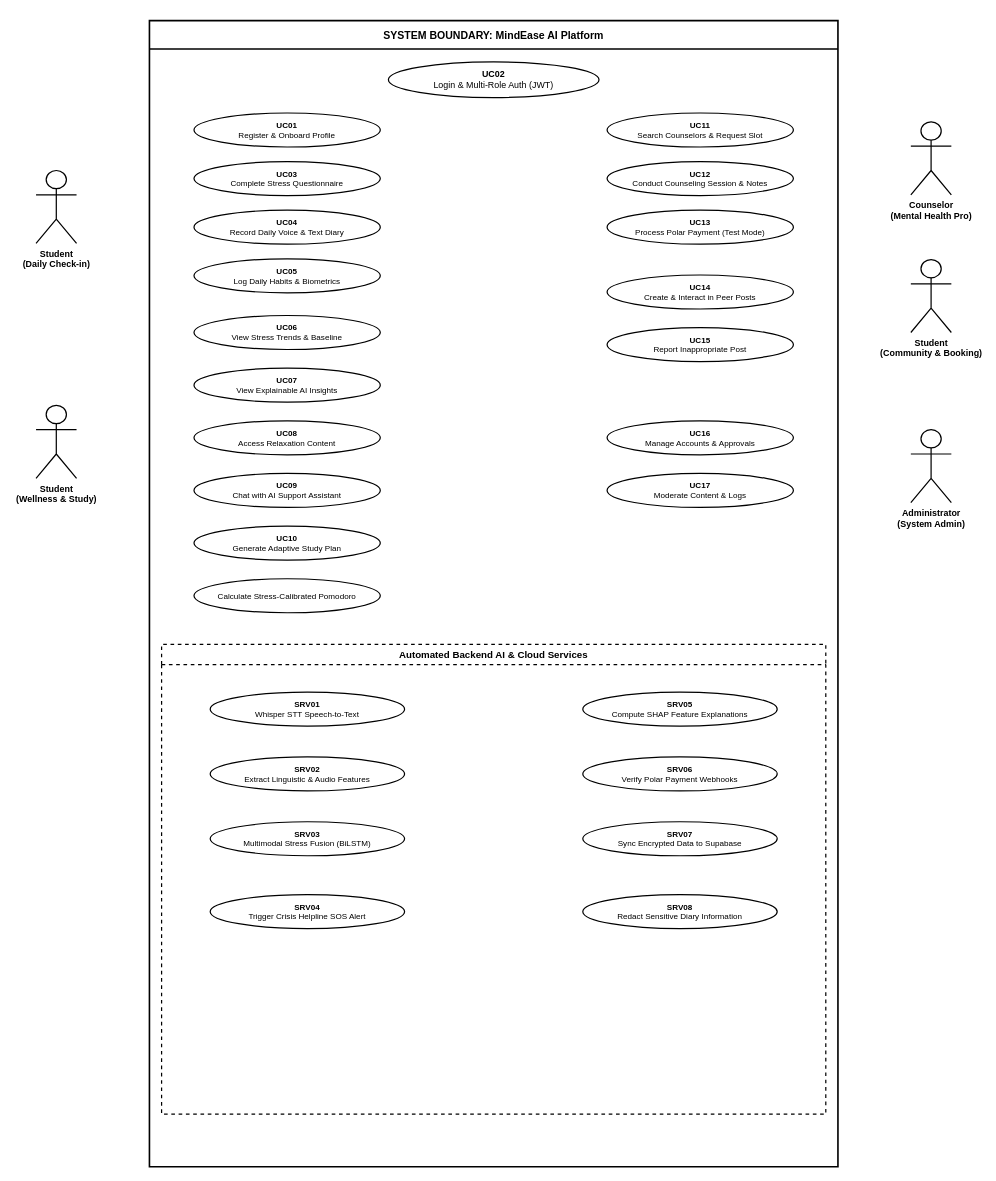
Before: Documentation/Diagrams/Editable/02_Use_Case_Diagram.drawio in itzrajpoot255/MindEase-AI-Stress-Detection-FYP, a draw.io diagram. Source tidied: cells renumbered, new cells numbered last; positions are measured from the earlier drawing's top-left corner, leaving out a move shared by most shapes. Both pictures are drawn from the tidied source at 81%, with x=0, y=0 at pixel (36, 20).
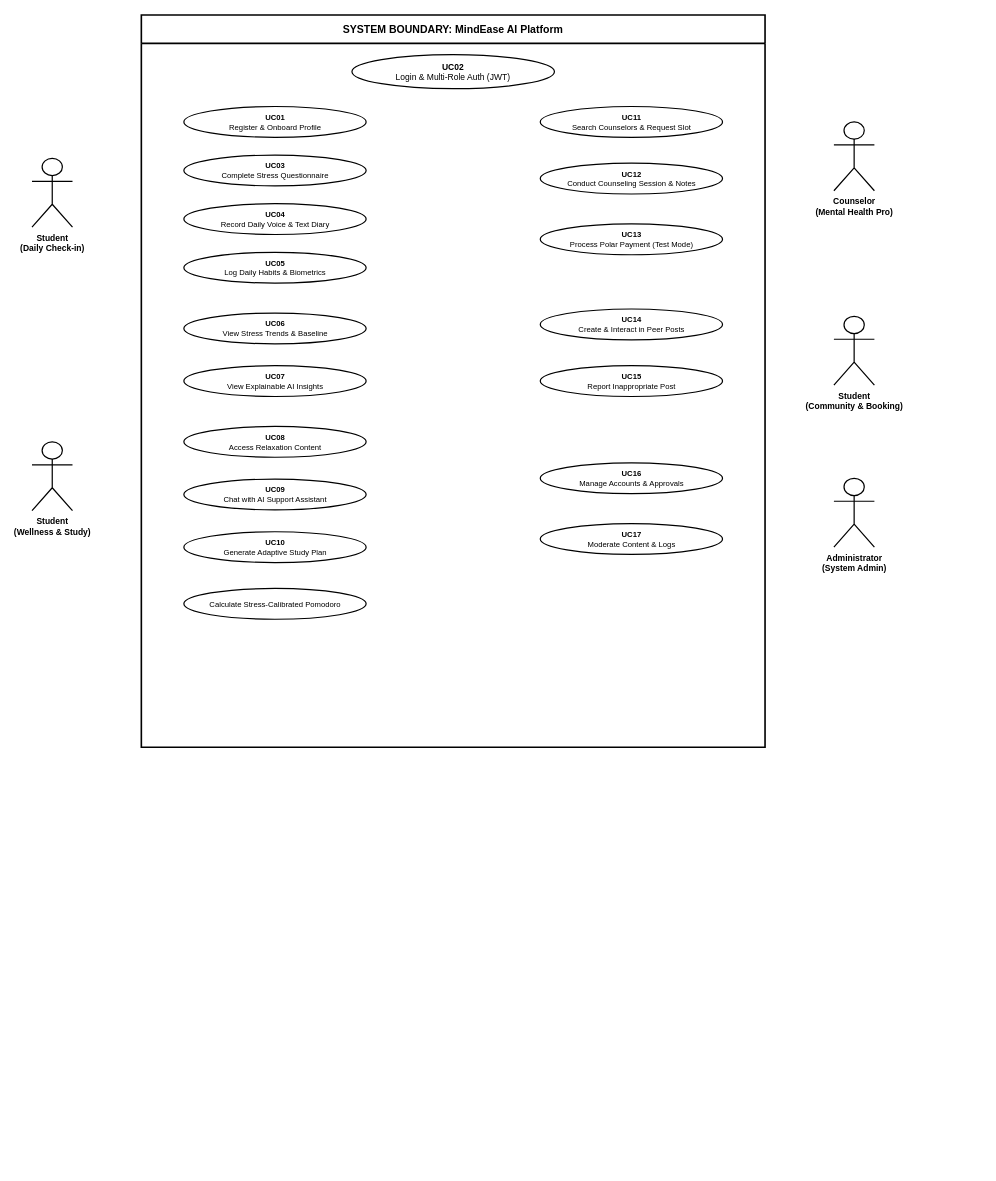
The same page after the edit.

What changed in the source:
```diff
@@
     <mxCell id="2" value="SYSTEM BOUNDARY: MindEase AI Platform" style="swimlane;whiteSpace=wrap;html=1;startSize=35;fillColor=#ffffff;strokeColor=#000000;strokeWidth=2;fontFamily=Arial;fontSize=13;fontStyle=1;align=center;" parent="1" vertex="1">
-      <mxGeometry x="140" width="850" height="1415" as="geometry" />
+      <mxGeometry x="130" y="-7" width="770" height="904" as="geometry" />
     </mxCell>
-    <mxCell id="3" value="&lt;b&gt;UC02&lt;/b&gt;&lt;br&gt;Login &amp;amp; Multi-Role Auth (JWT)" style="ellipse;whiteSpace=wrap;html=1;fillColor=#ffffff;strokeColor=#000000;strokeWidth=1.5;fontFamily=Arial;fontSize=11;" parent="1" vertex="1">
-      <mxGeometry x="435" y="51" width="260" height="44" as="geometry" />
+    <mxCell id="3" value="&lt;b&gt;UC02&lt;/b&gt;&lt;br&gt;Login &amp;amp; Multi-Role Auth (JWT)" style="ellipse;whiteSpace=wrap;html=1;fillColor=#ffffff;strokeColor=#000000;strokeWidth=1.5;fontFamily=Arial;fontSize=10.5;" parent="1" vertex="1">
+      <mxGeometry x="390" y="42" width="250" height="42" as="geometry" />
     </mxCell>
-    <mxCell id="4" value="&lt;b&gt;UC01&lt;/b&gt;&lt;br&gt;Register &amp; Onboard Profile" style="ellipse;whiteSpace=wrap;html=1;fillColor=#ffffff;strokeColor=#000000;strokeWidth=1.5;fontFamily=Arial;fontSize=10;" parent="1" vertex="1">
-      <mxGeometry x="195" y="114" width="230" height="42" as="geometry" />
+    <mxCell id="4" value="&lt;b&gt;UC01&lt;/b&gt;&lt;br&gt;Register &amp; Onboard Profile" style="ellipse;whiteSpace=wrap;html=1;fillColor=#ffffff;strokeColor=#000000;strokeWidth=1.5;fontFamily=Arial;fontSize=9.5;" parent="1" vertex="1">
+      <mxGeometry x="182.5" y="106" width="225" height="38" as="geometry" />
     </mxCell>
-    <mxCell id="5" value="&lt;b&gt;UC03&lt;/b&gt;&lt;br&gt;Complete Stress Questionnaire" style="ellipse;whiteSpace=wrap;html=1;fillColor=#ffffff;strokeColor=#000000;strokeWidth=1.5;fontFamily=Arial;fontSize=10;" parent="1" vertex="1">
-      <mxGeometry x="195" y="174" width="230" height="42" as="geometry" />
+    <mxCell id="5" value="&lt;b&gt;UC03&lt;/b&gt;&lt;br&gt;Complete Stress Questionnaire" style="ellipse;whiteSpace=wrap;html=1;fillColor=#ffffff;strokeColor=#000000;strokeWidth=1.5;fontFamily=Arial;fontSize=9.5;" parent="1" vertex="1">
+      <mxGeometry x="182.5" y="166" width="225" height="38" as="geometry" />
     </mxCell>
-    <mxCell id="6" value="&lt;b&gt;UC04&lt;/b&gt;&lt;br&gt;Record Daily Voice &amp;amp; Text Diary" style="ellipse;whiteSpace=wrap;html=1;fillColor=#ffffff;strokeColor=#000000;strokeWidth=1.5;fontFamily=Arial;fontSize=10;" parent="1" vertex="1">
-      <mxGeometry x="195" y="234" width="230" height="42" as="geometry" />
+    <mxCell id="6" value="&lt;b&gt;UC04&lt;/b&gt;&lt;br&gt;Record Daily Voice &amp;amp; Text Diary" style="ellipse;whiteSpace=wrap;html=1;fillColor=#ffffff;strokeColor=#000000;strokeWidth=1.5;fontFamily=Arial;fontSize=9.5;" parent="1" vertex="1">
+      <mxGeometry x="182.5" y="226" width="225" height="38" as="geometry" />
     </mxCell>
-    <mxCell id="7" value="&lt;b&gt;UC05&lt;/b&gt;&lt;br&gt;Log Daily Habits &amp;amp; Biometrics" style="ellipse;whiteSpace=wrap;html=1;fillColor=#ffffff;strokeColor=#000000;strokeWidth=1.5;fontFamily=Arial;fontSize=10;" parent="1" vertex="1">
-      <mxGeometry x="195" y="294" width="230" height="42" as="geometry" />
+    <mxCell id="7" value="&lt;b&gt;UC05&lt;/b&gt;&lt;br&gt;Log Daily Habits &amp;amp; Biometrics" style="ellipse;whiteSpace=wrap;html=1;fillColor=#ffffff;strokeColor=#000000;strokeWidth=1.5;fontFamily=Arial;fontSize=9.5;" parent="1" vertex="1">
+      <mxGeometry x="182.5" y="286" width="225" height="38" as="geometry" />
     </mxCell>
-    <mxCell id="8" value="&lt;b&gt;UC06&lt;/b&gt;&lt;br&gt;View Stress Trends &amp;amp; Baseline" style="ellipse;whiteSpace=wrap;html=1;fillColor=#ffffff;strokeColor=#000000;strokeWidth=1.5;fontFamily=Arial;fontSize=10;" parent="1" vertex="1">
-      <mxGeometry x="195" y="364" width="230" height="42" as="geometry" />
+    <mxCell id="8" value="&lt;b&gt;UC06&lt;/b&gt;&lt;br&gt;View Stress Trends &amp;amp; Baseline" style="ellipse;whiteSpace=wrap;html=1;fillColor=#ffffff;strokeColor=#000000;strokeWidth=1.5;fontFamily=Arial;fontSize=9.5;" parent="1" vertex="1">
+      <mxGeometry x="182.5" y="361" width="225" height="38" as="geometry" />
     </mxCell>
-    <mxCell id="9" value="&lt;b&gt;UC07&lt;/b&gt;&lt;br&gt;View Explainable AI Insights" style="ellipse;whiteSpace=wrap;html=1;fillColor=#ffffff;strokeColor=#000000;strokeWidth=1.5;fontFamily=Arial;fontSize=10;" parent="1" vertex="1">
-      <mxGeometry x="195" y="429" width="230" height="42" as="geometry" />
+    <mxCell id="9" value="&lt;b&gt;UC07&lt;/b&gt;&lt;br&gt;View Explainable AI Insights" style="ellipse;whiteSpace=wrap;html=1;fillColor=#ffffff;strokeColor=#000000;strokeWidth=1.5;fontFamily=Arial;fontSize=9.5;" parent="1" vertex="1">
+      <mxGeometry x="182.5" y="426" width="225" height="38" as="geometry" />
     </mxCell>
-    <mxCell id="10" value="&lt;b&gt;UC08&lt;/b&gt;&lt;br&gt;Access Relaxation Content" style="ellipse;whiteSpace=wrap;html=1;fillColor=#ffffff;strokeColor=#000000;strokeWidth=1.5;fontFamily=Arial;fontSize=10;" parent="1" vertex="1">
-      <mxGeometry x="195" y="494" width="230" height="42" as="geometry" />
+    <mxCell id="10" value="&lt;b&gt;UC08&lt;/b&gt;&lt;br&gt;Access Relaxation Content" style="ellipse;whiteSpace=wrap;html=1;fillColor=#ffffff;strokeColor=#000000;strokeWidth=1.5;fontFamily=Arial;fontSize=9.5;" parent="1" vertex="1">
+      <mxGeometry x="182.5" y="501" width="225" height="38" as="geometry" />
     </mxCell>
-    <mxCell id="11" value="&lt;b&gt;UC09&lt;/b&gt;&lt;br&gt;Chat with AI Support Assistant" style="ellipse;whiteSpace=wrap;html=1;fillColor=#ffffff;strokeColor=#000000;strokeWidth=1.5;fontFamily=Arial;fontSize=10;" parent="1" vertex="1">
-      <mxGeometry x="195" y="559" width="230" height="42" as="geometry" />
+    <mxCell id="11" value="&lt;b&gt;UC09&lt;/b&gt;&lt;br&gt;Chat with AI Support Assistant" style="ellipse;whiteSpace=wrap;html=1;fillColor=#ffffff;strokeColor=#000000;strokeWidth=1.5;fontFamily=Arial;fontSize=9.5;" parent="1" vertex="1">
+      <mxGeometry x="182.5" y="566" width="225" height="38" as="geometry" />
     </mxCell>
-    <mxCell id="12" value="&lt;b&gt;UC10&lt;/b&gt;&lt;br&gt;Generate Adaptive Study Plan" style="ellipse;whiteSpace=wrap;html=1;fillColor=#ffffff;strokeColor=#000000;strokeWidth=1.5;fontFamily=Arial;fontSize=10;" parent="1" vertex="1">
-      <mxGeometry x="195" y="624" width="230" height="42" as="geometry" />
+    <mxCell id="12" value="&lt;b&gt;UC10&lt;/b&gt;&lt;br&gt;Generate Adaptive Study Plan" style="ellipse;whiteSpace=wrap;html=1;fillColor=#ffffff;strokeColor=#000000;strokeWidth=1.5;fontFamily=Arial;fontSize=9.5;" parent="1" vertex="1">
+      <mxGeometry x="182.5" y="631" width="225" height="38" as="geometry" />
     </mxCell>
-    <mxCell id="13" value="Calculate Stress-Calibrated Pomodoro" style="ellipse;whiteSpace=wrap;html=1;fillColor=#ffffff;strokeColor=#000000;strokeWidth=1.5;fontFamily=Arial;fontSize=10;" parent="1" vertex="1">
-      <mxGeometry x="195" y="689" width="230" height="42" as="geometry" />
+    <mxCell id="13" value="Calculate Stress-Calibrated Pomodoro" style="ellipse;whiteSpace=wrap;html=1;fillColor=#ffffff;strokeColor=#000000;strokeWidth=1.5;fontFamily=Arial;fontSize=9.5;" parent="1" vertex="1">
+      <mxGeometry x="182.5" y="701" width="225" height="38" as="geometry" />
     </mxCell>
-    <mxCell id="14" value="&lt;b&gt;UC11&lt;/b&gt;&lt;br&gt;Search Counselors &amp;amp; Request Slot" style="ellipse;whiteSpace=wrap;html=1;fillColor=#ffffff;strokeColor=#000000;strokeWidth=1.5;fontFamily=Arial;fontSize=10;" parent="1" vertex="1">
-      <mxGeometry x="705" y="114" width="230" height="42" as="geometry" />
+    <mxCell id="14" value="&lt;b&gt;UC11&lt;/b&gt;&lt;br&gt;Search Counselors &amp;amp; Request Slot" style="ellipse;whiteSpace=wrap;html=1;fillColor=#ffffff;strokeColor=#000000;strokeWidth=1.5;fontFamily=Arial;fontSize=9.5;" parent="1" vertex="1">
+      <mxGeometry x="622.5" y="106" width="225" height="38" as="geometry" />
     </mxCell>
-    <mxCell id="15" value="&lt;b&gt;UC12&lt;/b&gt;&lt;br&gt;Conduct Counseling Session &amp;amp; Notes" style="ellipse;whiteSpace=wrap;html=1;fillColor=#ffffff;strokeColor=#000000;strokeWidth=1.5;fontFamily=Arial;fontSize=10;" parent="1" vertex="1">
-      <mxGeometry x="705" y="174" width="230" height="42" as="geometry" />
+    <mxCell id="15" value="&lt;b&gt;UC12&lt;/b&gt;&lt;br&gt;Conduct Counseling Session &amp;amp; Notes" style="ellipse;whiteSpace=wrap;html=1;fillColor=#ffffff;strokeColor=#000000;strokeWidth=1.5;fontFamily=Arial;fontSize=9.5;" parent="1" vertex="1">
+      <mxGeometry x="622.5" y="176" width="225" height="38" as="geometry" />
     </mxCell>
-    <mxCell id="16" value="&lt;b&gt;UC13&lt;/b&gt;&lt;br&gt;Process Polar Payment (Test Mode)" style="ellipse;whiteSpace=wrap;html=1;fillColor=#ffffff;strokeColor=#000000;strokeWidth=1.5;fontFamily=Arial;fontSize=10;" parent="1" vertex="1">
-      <mxGeometry x="705" y="234" width="230" height="42" as="geometry" />
+    <mxCell id="16" value="&lt;b&gt;UC13&lt;/b&gt;&lt;br&gt;Process Polar Payment (Test Mode)" style="ellipse;whiteSpace=wrap;html=1;fillColor=#ffffff;strokeColor=#000000;strokeWidth=1.5;fontFamily=Arial;fontSize=9.5;" parent="1" vertex="1">
+      <mxGeometry x="622.5" y="251" width="225" height="38" as="geometry" />
     </mxCell>
-    <mxCell id="17" value="&lt;b&gt;UC14&lt;/b&gt;&lt;br&gt;Create &amp;amp; Interact in Peer Posts" style="ellipse;whiteSpace=wrap;html=1;fillColor=#ffffff;strokeColor=#000000;strokeWidth=1.5;fontFamily=Arial;fontSize=10;" parent="1" vertex="1">
-      <mxGeometry x="705" y="314" width="230" height="42" as="geometry" />
+    <mxCell id="17" value="&lt;b&gt;UC14&lt;/b&gt;&lt;br&gt;Create &amp;amp; Interact in Peer Posts" style="ellipse;whiteSpace=wrap;html=1;fillColor=#ffffff;strokeColor=#000000;strokeWidth=1.5;fontFamily=Arial;fontSize=9.5;" parent="1" vertex="1">
+      <mxGeometry x="622.5" y="356" width="225" height="38" as="geometry" />
     </mxCell>
-    <mxCell id="18" value="&lt;b&gt;UC15&lt;/b&gt;&lt;br&gt;Report Inappropriate Post" style="ellipse;whiteSpace=wrap;html=1;fillColor=#ffffff;strokeColor=#000000;strokeWidth=1.5;fontFamily=Arial;fontSize=10;" parent="1" vertex="1">
-      <mxGeometry x="705" y="379" width="230" height="42" as="geometry" />
+    <mxCell id="18" value="&lt;b&gt;UC15&lt;/b&gt;&lt;br&gt;Report Inappropriate Post" style="ellipse;whiteSpace=wrap;html=1;fillColor=#ffffff;strokeColor=#000000;strokeWidth=1.5;fontFamily=Arial;fontSize=9.5;" parent="1" vertex="1">
+      <mxGeometry x="622.5" y="426" width="225" height="38" as="geometry" />
     </mxCell>
-    <mxCell id="19" value="&lt;b&gt;UC16&lt;/b&gt;&lt;br&gt;Manage Accounts &amp;amp; Approvals" style="ellipse;whiteSpace=wrap;html=1;fillColor=#ffffff;strokeColor=#000000;strokeWidth=1.5;fontFamily=Arial;fontSize=10;" parent="1" vertex="1">
-      <mxGeometry x="705" y="494" width="230" height="42" as="geometry" />
+    <mxCell id="19" value="&lt;b&gt;UC16&lt;/b&gt;&lt;br&gt;Manage Accounts &amp;amp; Approvals" style="ellipse;whiteSpace=wrap;html=1;fillColor=#ffffff;strokeColor=#000000;strokeWidth=1.5;fontFamily=Arial;fontSize=9.5;" parent="1" vertex="1">
+      <mxGeometry x="622.5" y="546" width="225" height="38" as="geometry" />
     </mxCell>
-    <mxCell id="20" value="&lt;b&gt;UC17&lt;/b&gt;&lt;br&gt;Moderate Content &amp;amp; Logs" style="ellipse;whiteSpace=wrap;html=1;fillColor=#ffffff;strokeColor=#000000;strokeWidth=1.5;fontFamily=Arial;fontSize=10;" parent="1" vertex="1">
-      <mxGeometry x="705" y="559" width="230" height="42" as="geometry" />
+    <mxCell id="20" value="&lt;b&gt;UC17&lt;/b&gt;&lt;br&gt;Moderate Content &amp;amp; Logs" style="ellipse;whiteSpace=wrap;html=1;fillColor=#ffffff;strokeColor=#000000;strokeWidth=1.5;fontFamily=Arial;fontSize=9.5;" parent="1" vertex="1">
+      <mxGeometry x="622.5" y="621" width="225" height="38" as="geometry" />
     </mxCell>
-    <mxCell id="21" value="Automated Backend AI &amp; Cloud Services" style="swimlane;whiteSpace=wrap;html=1;startSize=25;fillColor=none;strokeColor=#000000;strokeWidth=1.5;dashed=1;fontFamily=Arial;fontSize=12;fontStyle=1;align=center;" parent="1" vertex="1">
-      <mxGeometry x="155" y="770" width="820" height="580" as="geometry" />
+    <mxCell id="21" value="Student&lt;br&gt;(Daily Check-in)" style="shape=umlActor;verticalLabelPosition=bottom;verticalAlign=top;html=1;fillColor=#ffffff;strokeColor=#000000;strokeWidth=1.5;fontFamily=Arial;fontSize=10.5;fontStyle=1;" parent="1" vertex="1">
+      <mxGeometry x="-5" y="170" width="50" height="85" as="geometry" />
     </mxCell>
-    <mxCell id="22" value="&lt;b&gt;SRV01&lt;/b&gt;&lt;br&gt;Whisper STT Speech-to-Text" style="ellipse;whiteSpace=wrap;html=1;fillColor=#ffffff;strokeColor=#000000;strokeWidth=1.5;fontFamily=Arial;fontSize=10;" parent="1" vertex="1">
-      <mxGeometry x="215" y="829" width="240" height="42" as="geometry" />
+    <mxCell id="22" value="Student&lt;br&gt;(Wellness &amp;amp; Study)" style="shape=umlActor;verticalLabelPosition=bottom;verticalAlign=top;html=1;fillColor=#ffffff;strokeColor=#000000;strokeWidth=1.5;fontFamily=Arial;fontSize=10.5;fontStyle=1;" parent="1" vertex="1">
+      <mxGeometry x="-5" y="520" width="50" height="85" as="geometry" />
     </mxCell>
-    <mxCell id="23" value="&lt;b&gt;SRV02&lt;/b&gt;&lt;br&gt;Extract Linguistic &amp;amp; Audio Features" style="ellipse;whiteSpace=wrap;html=1;fillColor=#ffffff;strokeColor=#000000;strokeWidth=1.5;fontFamily=Arial;fontSize=10;" parent="1" vertex="1">
-      <mxGeometry x="215" y="909" width="240" height="42" as="geometry" />
+    <mxCell id="23" value="Counselor&lt;br&gt;(Mental Health Pro)" style="shape=umlActor;verticalLabelPosition=bottom;verticalAlign=top;html=1;fillColor=#ffffff;strokeColor=#000000;strokeWidth=1.5;fontFamily=Arial;fontSize=10.5;fontStyle=1;" parent="1" vertex="1">
+      <mxGeometry x="985" y="125" width="50" height="85" as="geometry" />
     </mxCell>
-    <mxCell id="24" value="&lt;b&gt;SRV03&lt;/b&gt;&lt;br&gt;Multimodal Stress Fusion (BiLSTM)" style="ellipse;whiteSpace=wrap;html=1;fillColor=#ffffff;strokeColor=#000000;strokeWidth=1.5;fontFamily=Arial;fontSize=10;" parent="1" vertex="1">
-      <mxGeometry x="215" y="989" width="240" height="42" as="geometry" />
+    <mxCell id="24" value="Student&lt;br&gt;(Community &amp;amp; Booking)" style="shape=umlActor;verticalLabelPosition=bottom;verticalAlign=top;html=1;fillColor=#ffffff;strokeColor=#000000;strokeWidth=1.5;fontFamily=Arial;fontSize=10.5;fontStyle=1;" parent="1" vertex="1">
+      <mxGeometry x="985" y="365" width="50" height="85" as="geometry" />
     </mxCell>
-    <mxCell id="25" value="&lt;b&gt;SRV04&lt;/b&gt;&lt;br&gt;Trigger Crisis Helpline SOS Alert" style="ellipse;whiteSpace=wrap;html=1;fillColor=#ffffff;strokeColor=#000000;strokeWidth=1.5;fontFamily=Arial;fontSize=10;" parent="1" vertex="1">
-      <mxGeometry x="215" y="1079" width="240" height="42" as="geometry" />
+    <mxCell id="25" value="Administrator&lt;br&gt;(System Admin)" style="shape=umlActor;verticalLabelPosition=bottom;verticalAlign=top;html=1;fillColor=#ffffff;strokeColor=#000000;strokeWidth=1.5;fontFamily=Arial;fontSize=10.5;fontStyle=1;" parent="1" vertex="1">
+      <mxGeometry x="985" y="565" width="50" height="85" as="geometry" />
     </mxCell>
-    <mxCell id="26" value="&lt;b&gt;SRV05&lt;/b&gt;&lt;br&gt;Compute SHAP Feature Explanations" style="ellipse;whiteSpace=wrap;html=1;fillColor=#ffffff;strokeColor=#000000;strokeWidth=1.5;fontFamily=Arial;fontSize=10;" parent="1" vertex="1">
-      <mxGeometry x="675" y="829" width="240" height="42" as="geometry" />
-    </mxCell>
-    <mxCell id="27" value="&lt;b&gt;SRV06&lt;/b&gt;&lt;br&gt;Verify Polar Payment Webhooks" style="ellipse;whiteSpace=wrap;html=1;fillColor=#ffffff;strokeColor=#000000;strokeWidth=1.5;fontFamily=Arial;fontSize=10;" parent="1" vertex="1">
-      <mxGeometry x="675" y="909" width="240" height="42" as="geometry" />
-    </mxCell>
-    <mxCell id="28" value="&lt;b&gt;SRV07&lt;/b&gt;&lt;br&gt;Sync Encrypted Data to Supabase" style="ellipse;whiteSpace=wrap;html=1;fillColor=#ffffff;strokeColor=#000000;strokeWidth=1.5;fontFamily=Arial;fontSize=10;" parent="1" vertex="1">
-      <mxGeometry x="675" y="989" width="240" height="42" as="geometry" />
-    </mxCell>
-    <mxCell id="29" value="&lt;b&gt;SRV08&lt;/b&gt;&lt;br&gt;Redact Sensitive Diary Information" style="ellipse;whiteSpace=wrap;html=1;fillColor=#ffffff;strokeColor=#000000;strokeWidth=1.5;fontFamily=Arial;fontSize=10;" parent="1" vertex="1">
-      <mxGeometry x="675" y="1079" width="240" height="42" as="geometry" />
-    </mxCell>
-    <mxCell id="30" value="Student&lt;br&gt;(Daily Check-in)" style="shape=umlActor;verticalLabelPosition=bottom;verticalAlign=top;html=1;fillColor=#ffffff;strokeColor=#000000;strokeWidth=1.5;fontFamily=Arial;fontSize=11;fontStyle=1;" parent="1" vertex="1">
-      <mxGeometry y="185" width="50" height="90" as="geometry" />
-    </mxCell>
-    <mxCell id="31" value="Student&lt;br&gt;(Wellness &amp;amp; Study)" style="shape=umlActor;verticalLabelPosition=bottom;verticalAlign=top;html=1;fillColor=#ffffff;strokeColor=#000000;strokeWidth=1.5;fontFamily=Arial;fontSize=11;fontStyle=1;" parent="1" vertex="1">
-      <mxGeometry y="475" width="50" height="90" as="geometry" />
-    </mxCell>
-    <mxCell id="32" value="Counselor&lt;br&gt;(Mental Health Pro)" style="shape=umlActor;verticalLabelPosition=bottom;verticalAlign=top;html=1;fillColor=#ffffff;strokeColor=#000000;strokeWidth=1.5;fontFamily=Arial;fontSize=11;fontStyle=1;" parent="1" vertex="1">
-      <mxGeometry x="1080" y="125" width="50" height="90" as="geometry" />
-    </mxCell>
-    <mxCell id="33" value="Student&lt;br&gt;(Community &amp;amp; Booking)" style="shape=umlActor;verticalLabelPosition=bottom;verticalAlign=top;html=1;fillColor=#ffffff;strokeColor=#000000;strokeWidth=1.5;fontFamily=Arial;fontSize=11;fontStyle=1;" parent="1" vertex="1">
-      <mxGeometry x="1080" y="295" width="50" height="90" as="geometry" />
-    </mxCell>
-    <mxCell id="34" value="Administrator&lt;br&gt;(System Admin)" style="shape=umlActor;verticalLabelPosition=bottom;verticalAlign=top;html=1;fillColor=#ffffff;strokeColor=#000000;strokeWidth=1.5;fontFamily=Arial;fontSize=11;fontStyle=1;" parent="1" vertex="1">
-      <mxGeometry x="1080" y="505" width="50" height="90" as="geometry" />
-    </mxCell>
```
